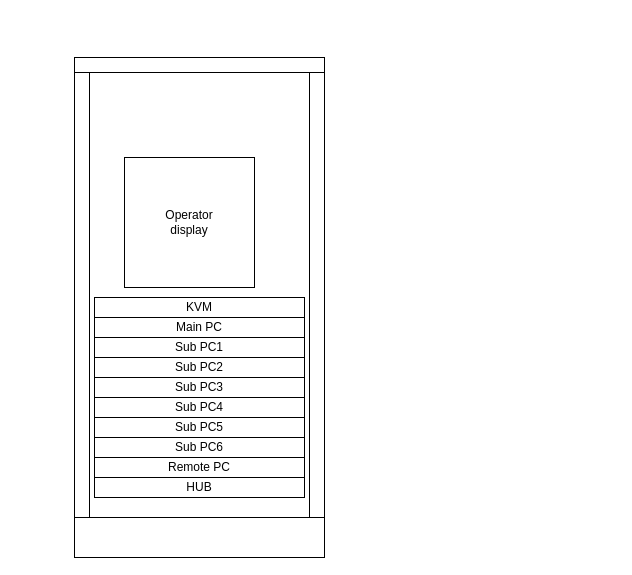
megavad/Diagrams keeps this draw.io diagram as GW Inspection.drawio. Above is the earlier version. Source tidied: cells renumbered, new cells numbered last; positions are measured from the earlier drawing's top-left corner, leaving out a move shared by most shapes. Both pictures are drawn from the tidied source at 100%, with x=0, y=0 at pixel (74, 57).
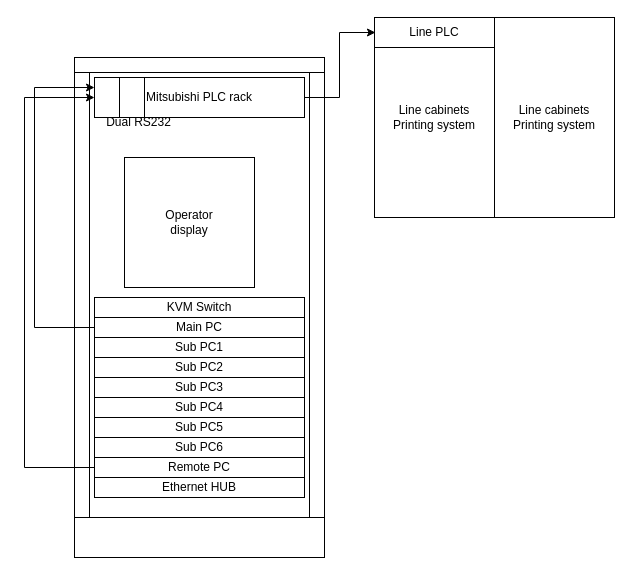
The same diagram, later.

The change refers to these unchanged cells:
```xml
<mxCell id="4" value="Main PC" style="rounded=0;whiteSpace=wrap;html=1;" parent="1" vertex="1">
  <mxGeometry x="20" y="260" width="210" height="20" as="geometry" />
</mxCell>
<mxCell id="11" value="Remote PC" style="rounded=0;whiteSpace=wrap;html=1;" parent="1" vertex="1">
  <mxGeometry x="20" y="400" width="210" height="20" as="geometry" />
</mxCell>
```

Diff of the diagram source:
```diff
@@
+    <mxCell id="15" style="edgeStyle=orthogonalEdgeStyle;rounded=0;jettySize=auto;html=1;entryX=0;entryY=0.25;entryDx=0;entryDy=0;endArrow=classic;endFill=1;" parent="1" edge="1" source="4" target="18">
+      <mxGeometry relative="1" as="geometry">
+        <Array as="points">
+          <mxPoint x="-40" y="270" />
+          <mxPoint x="-40" y="30" />
+        </Array>
+      </mxGeometry>
+    </mxCell>
@@
+    <mxCell id="16" style="edgeStyle=orthogonalEdgeStyle;rounded=0;jettySize=auto;html=1;entryX=0;entryY=0.5;entryDx=0;entryDy=0;" parent="1" edge="1" source="11" target="18">
+      <mxGeometry relative="1" as="geometry">
+        <Array as="points">
+          <mxPoint x="-50" y="410" />
+          <mxPoint x="-50" y="40" />
+        </Array>
+      </mxGeometry>
+    </mxCell>
@@
-    <mxCell id="13" value="HUB" style="rounded=0;whiteSpace=wrap;html=1;" parent="1" vertex="1">
+    <mxCell id="13" value="Ethernet HUB" style="rounded=0;whiteSpace=wrap;html=1;" parent="1" vertex="1">
       <mxGeometry x="20" y="420" width="210" height="20" as="geometry" />
     </mxCell>
-    <mxCell id="14" value="KVM" style="rounded=0;whiteSpace=wrap;html=1;" parent="1" vertex="1">
+    <mxCell id="14" value="KVM Switch" style="rounded=0;whiteSpace=wrap;html=1;" parent="1" vertex="1">
       <mxGeometry x="20" y="240" width="210" height="20" as="geometry" />
     </mxCell>
+    <mxCell id="17" style="edgeStyle=elbowEdgeStyle;rounded=0;jettySize=auto;html=1;entryX=0.008;entryY=0.075;entryDx=0;entryDy=0;entryPerimeter=0;endArrow=classic;endFill=1;" parent="1" edge="1" source="18" target="21">
+      <mxGeometry relative="1" as="geometry" />
+    </mxCell>
+    <mxCell id="18" value="Mitsubishi PLC rack" style="rounded=0;whiteSpace=wrap;html=1;" parent="1" vertex="1">
+      <mxGeometry x="20" y="20" width="210" height="40" as="geometry" />
+    </mxCell>
+    <mxCell id="19" style="rounded=0;whiteSpace=wrap;html=1;" parent="1" vertex="1">
+      <mxGeometry x="45" y="20" width="25" height="40" as="geometry" />
+    </mxCell>
+    <mxCell id="20" value="Dual RS232" style="text;html=1;strokeColor=none;fillColor=none;align=center;verticalAlign=middle;whiteSpace=wrap;rounded=0;" parent="1" vertex="1">
+      <mxGeometry x="27.5" y="50" width="72.5" height="30" as="geometry" />
+    </mxCell>
+    <mxCell id="21" value="Line cabinets&lt;br&gt;Printing system" style="rounded=0;whiteSpace=wrap;html=1;" parent="1" vertex="1">
+      <mxGeometry x="300" y="-40" width="120" height="200" as="geometry" />
+    </mxCell>
+    <mxCell id="22" value="Line cabinets&lt;br&gt;Printing system" style="rounded=0;whiteSpace=wrap;html=1;" parent="1" vertex="1">
+      <mxGeometry x="420" y="-40" width="120" height="200" as="geometry" />
+    </mxCell>
+    <mxCell id="23" value="Line PLC" style="rounded=0;whiteSpace=wrap;html=1;" parent="1" vertex="1">
+      <mxGeometry x="300" y="-40" width="120" height="30" as="geometry" />
+    </mxCell>
```
